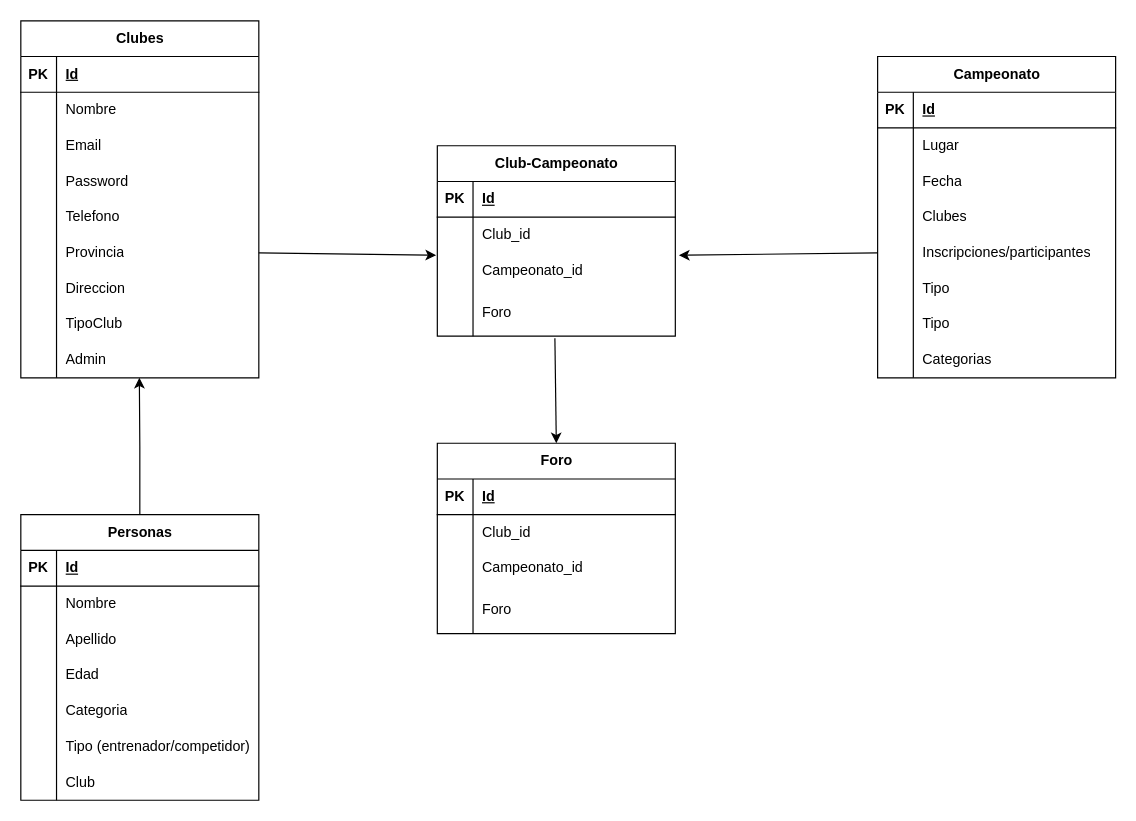
Above: Diagrama sin título.drawio in IvanSoriano19/tkdata-react-mui (draw.io), before the change. Source tidied: cells renumbered, new cells numbered last; positions are measured from the earlier drawing's top-left corner, leaving out a move shared by most shapes. Both pictures are drawn from the tidied source at 119%, with x=0, y=0 at pixel (20, 20).
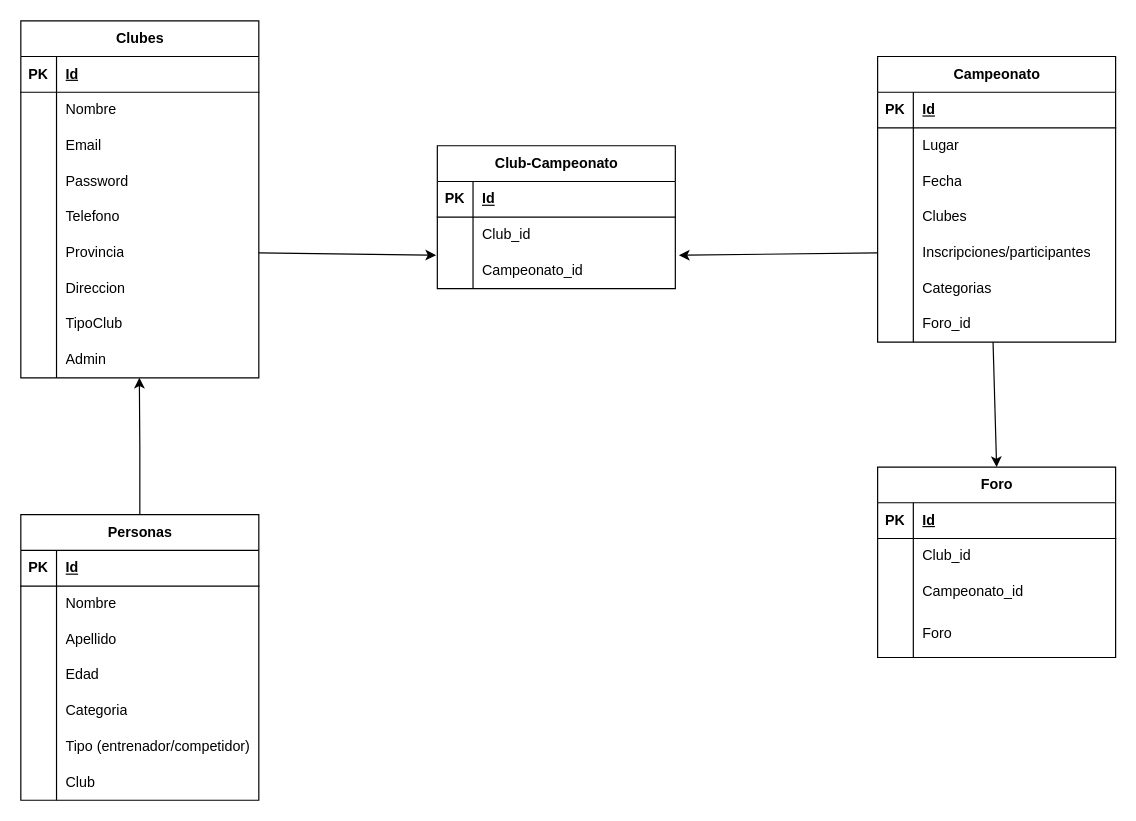
The same page after the edit.

Commit message:
cambio de relacion foro

Change to the diagram source:
```diff
@@
     <mxCell id="30" value="Campeonato" style="shape=table;startSize=30;childLayout=tableLayout;rowLines=0;fontStyle=1;align=center;html=1;" parent="1" vertex="1">
-      <mxGeometry x="720" y="30" width="200" height="270" as="geometry" />
+      <mxGeometry x="720" y="30" width="200" height="240" as="geometry" />
     </mxCell>
@@
+    <mxCell id="52" style="shape=tableRow;horizontal=0;startSize=0;swimlaneHead=0;swimlaneBody=0;fillColor=none;top=0;left=0;right=0;bottom=0;" parent="30" vertex="1">
+      <mxGeometry y="180" width="200" height="30" as="geometry" />
+    </mxCell>
+    <mxCell id="53" style="shape=partialRectangle;fillColor=none;top=0;left=0;bottom=0;right=0;overflow=hidden;whiteSpace=wrap;html=1;" parent="52" vertex="1">
+      <mxGeometry width="30" height="30" as="geometry" />
+    </mxCell>
+    <mxCell id="54" value="Categorias" style="shape=partialRectangle;fillColor=none;top=0;left=0;bottom=0;right=0;align=left;spacingLeft=6;overflow=hidden;whiteSpace=wrap;html=1;" parent="52" vertex="1">
+      <mxGeometry x="30" width="170" height="30" as="geometry" />
+    </mxCell>
     <mxCell id="46" style="shape=tableRow;horizontal=0;startSize=0;swimlaneHead=0;swimlaneBody=0;fillColor=none;points=[[0,0.5],[1,0.5]];portConstraint=eastwest;top=0;left=0;right=0;bottom=0;" parent="30" vertex="1">
-      <mxGeometry y="180" width="200" height="30" as="geometry" />
+      <mxGeometry y="210" width="200" height="30" as="geometry" />
     </mxCell>
@@
-    <mxCell id="48" value="Tipo" style="shape=partialRectangle;fillColor=none;top=0;left=0;bottom=0;right=0;align=left;spacingLeft=6;overflow=hidden;whiteSpace=wrap;html=1;" parent="46" vertex="1">
+    <mxCell id="48" value="Foro_id" style="shape=partialRectangle;fillColor=none;top=0;left=0;bottom=0;right=0;align=left;spacingLeft=6;overflow=hidden;whiteSpace=wrap;html=1;" parent="46" vertex="1">
       <mxGeometry x="30" width="170" height="30" as="geometry" />
     </mxCell>
-    <mxCell id="49" style="shape=tableRow;horizontal=0;startSize=0;swimlaneHead=0;swimlaneBody=0;fillColor=none;top=0;left=0;right=0;bottom=0;" parent="30" vertex="1">
-      <mxGeometry y="210" width="200" height="30" as="geometry" />
-    </mxCell>
-    <mxCell id="50" style="shape=partialRectangle;fillColor=none;top=0;left=0;bottom=0;right=0;overflow=hidden;whiteSpace=wrap;html=1;" parent="49" vertex="1">
-      <mxGeometry width="30" height="30" as="geometry" />
-    </mxCell>
-    <mxCell id="51" value="Tipo" style="shape=partialRectangle;fillColor=none;top=0;left=0;bottom=0;right=0;align=left;spacingLeft=6;overflow=hidden;whiteSpace=wrap;html=1;" parent="49" vertex="1">
-      <mxGeometry x="30" width="170" height="30" as="geometry" />
-    </mxCell>
-    <mxCell id="52" style="shape=tableRow;horizontal=0;startSize=0;swimlaneHead=0;swimlaneBody=0;fillColor=none;top=0;left=0;right=0;bottom=0;" parent="30" vertex="1">
-      <mxGeometry y="240" width="200" height="30" as="geometry" />
-    </mxCell>
-    <mxCell id="53" style="shape=partialRectangle;fillColor=none;top=0;left=0;bottom=0;right=0;overflow=hidden;whiteSpace=wrap;html=1;" parent="52" vertex="1">
-      <mxGeometry width="30" height="30" as="geometry" />
-    </mxCell>
-    <mxCell id="54" value="Categorias" style="shape=partialRectangle;fillColor=none;top=0;left=0;bottom=0;right=0;align=left;spacingLeft=6;overflow=hidden;whiteSpace=wrap;html=1;" parent="52" vertex="1">
-      <mxGeometry x="30" width="170" height="30" as="geometry" />
-    </mxCell>
@@
     <mxCell id="78" value="Club-Campeonato" style="shape=table;startSize=30;childLayout=tableLayout;rowLines=0;fontStyle=1;align=center;html=1;" parent="1" vertex="1">
-      <mxGeometry x="350" y="105" width="200" height="160" as="geometry" />
+      <mxGeometry x="350" y="105" width="200" height="120" as="geometry" />
     </mxCell>
@@
-    <mxCell id="88" style="shape=tableRow;horizontal=0;startSize=0;swimlaneHead=0;swimlaneBody=0;fillColor=none;points=[[0,0.5],[1,0.5]];portConstraint=eastwest;top=0;left=0;right=0;bottom=0;" parent="78" vertex="1">
-      <mxGeometry y="120" width="200" height="40" as="geometry" />
-    </mxCell>
-    <mxCell id="89" style="shape=partialRectangle;fillColor=none;top=0;left=0;bottom=0;right=0;overflow=hidden;whiteSpace=wrap;html=1;" parent="88" vertex="1">
-      <mxGeometry width="30" height="40" as="geometry" />
-    </mxCell>
-    <mxCell id="90" value="Foro" style="shape=partialRectangle;fillColor=none;top=0;left=0;bottom=0;right=0;align=left;spacingLeft=6;overflow=hidden;whiteSpace=wrap;html=1;" parent="88" vertex="1">
-      <mxGeometry x="30" width="170" height="40" as="geometry" />
-    </mxCell>
@@
-    <mxCell id="93" style="rounded=0;jettySize=auto;html=1;exitX=0.494;exitY=1.043;exitDx=0;exitDy=0;exitPerimeter=0;entryX=0.5;entryY=0;entryDx=0;entryDy=0;" parent="1" edge="1" source="88" target="94">
+    <mxCell id="93" style="rounded=0;jettySize=auto;html=1;entryX=0.5;entryY=0;entryDx=0;entryDy=0;exitX=0.485;exitY=1;exitDx=0;exitDy=0;exitPerimeter=0;" parent="1" edge="1" source="46" target="94">
       <mxGeometry relative="1" as="geometry" />
     </mxCell>
     <mxCell id="94" value="Foro" style="shape=table;startSize=30;childLayout=tableLayout;rowLines=0;fontStyle=1;align=center;html=1;" parent="1" vertex="1">
-      <mxGeometry x="350" y="355" width="200" height="160" as="geometry" />
+      <mxGeometry x="720" y="375" width="200" height="160" as="geometry" />
     </mxCell>
```
